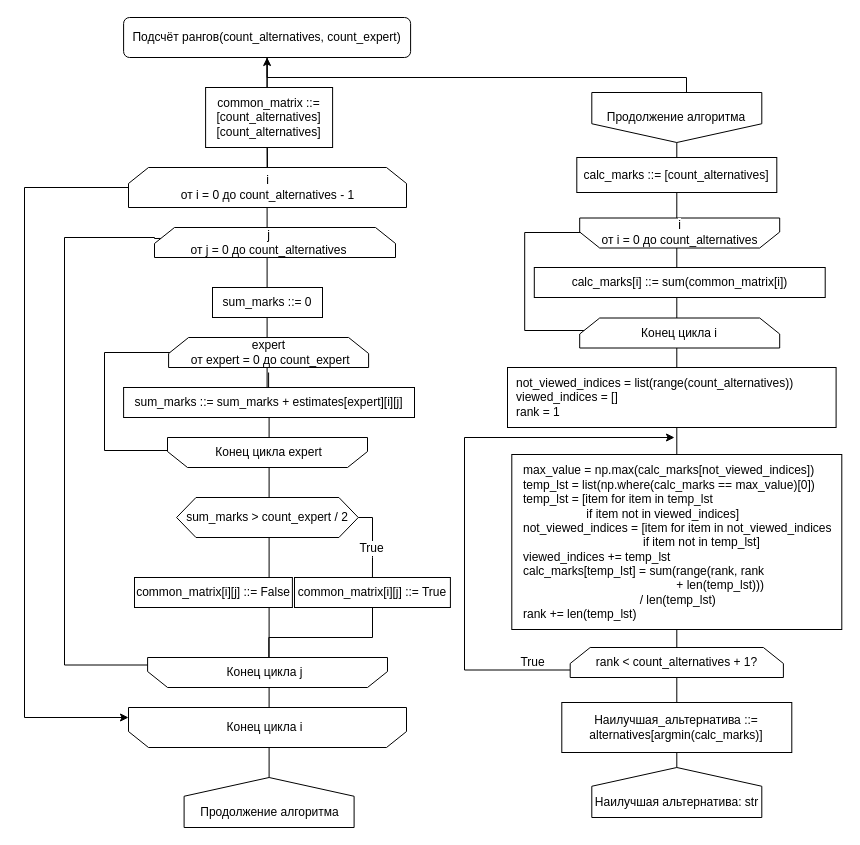
Before: page "Подсчёт рангов" (12 of 12) of 3_курс/5_семестр/ТСиСА/Курсовая/диаграммы.drawio in Luzinsan/tusur, a draw.io diagram. Source tidied: cells renumbered, new cells numbered last; positions are measured from the earlier drawing's top-left corner, leaving out a move shared by most shapes. Both pictures are drawn from the tidied source at 100%, with x=0, y=0 at pixel (24, 17).
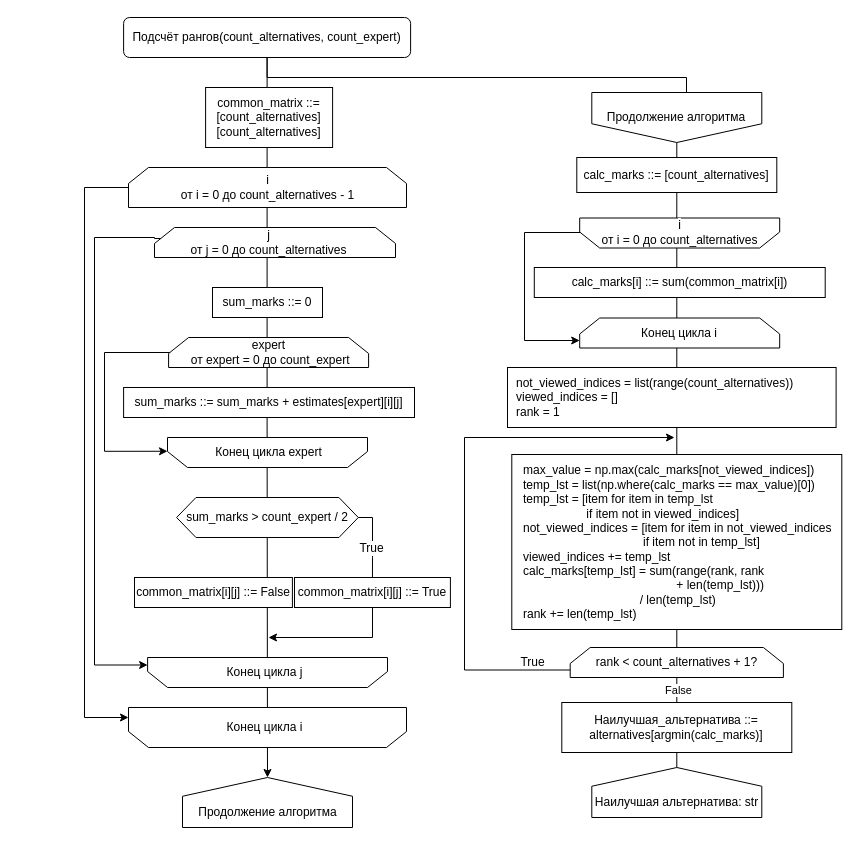
The same page after the edit.

Unchanged cells that the change refers to:
```xml
<mxCell id="6" value="Подсчёт рангов(count_alternatives,&amp;nbsp;&lt;span style=&quot;background-color: rgb(255, 255, 255);&quot;&gt;count_expert&lt;/span&gt;)" style="rounded=1;whiteSpace=wrap;html=1;" parent="1" vertex="1">
  <mxGeometry x="99.1" width="287" height="40" as="geometry" />
</mxCell>
<mxCell id="8" style="shape=loopLimit;whiteSpace=wrap;html=1;labelBackgroundColor=none;fontSize=12;rotation=0;" parent="1" vertex="1">
  <mxGeometry x="104" y="150" width="278" height="40" as="geometry" />
</mxCell>
<mxCell id="10" style="shape=loopLimit;whiteSpace=wrap;html=1;labelBackgroundColor=none;fontSize=12;rotation=0;size=20;" parent="1" vertex="1">
  <mxGeometry x="130" y="210" width="241" height="30" as="geometry" />
</mxCell>
<mxCell id="11" style="shape=loopLimit;whiteSpace=wrap;html=1;labelBackgroundColor=none;fontSize=12;rotation=-180;size=20;" parent="1" vertex="1">
  <mxGeometry x="123.1" y="640" width="239.9" height="30" as="geometry" />
</mxCell>
<mxCell id="17" value="&lt;span style=&quot;background-color: rgb(255, 255, 255);&quot;&gt;expert&lt;br&gt;&amp;nbsp;от expert = 0 до count_expert&lt;/span&gt;" style="text;html=1;align=center;verticalAlign=middle;points=[];strokeColor=none;fillColor=none;fontSize=12;" parent="1" vertex="1">
  <mxGeometry x="149.1" y="315" width="190" height="40" as="geometry" />
</mxCell>
<mxCell id="18" style="shape=loopLimit;whiteSpace=wrap;html=1;labelBackgroundColor=none;fontSize=12;rotation=-180;" parent="1" vertex="1">
  <mxGeometry x="104" y="690" width="278" height="40" as="geometry" />
</mxCell>
<mxCell id="19" value="sum_marks ::=&amp;nbsp;sum_marks + estimates[expert][i][j]" style="whiteSpace=wrap;html=1;labelBackgroundColor=none;fontSize=12;" parent="1" vertex="1">
  <mxGeometry x="99.1" y="370" width="290.9" height="30" as="geometry" />
</mxCell>
<mxCell id="20" value="common_matrix[i][j] ::= True" style="whiteSpace=wrap;html=1;labelBackgroundColor=none;fontSize=12;" parent="1" vertex="1">
  <mxGeometry x="270" y="560" width="155.9" height="30" as="geometry" />
</mxCell>
<mxCell id="26" style="shape=loopLimit;whiteSpace=wrap;html=1;labelBackgroundColor=none;fontSize=12;rotation=-180;size=20;" parent="1" vertex="1">
  <mxGeometry x="143" y="420" width="200" height="30" as="geometry" />
</mxCell>
<mxCell id="29" style="edgeStyle=orthogonalEdgeStyle;rounded=0;jettySize=auto;html=1;entryX=0.5;entryY=1;entryDx=0;entryDy=0;fontSize=12;endArrow=none;endFill=0;" parent="1" edge="1" source="30" target="31">
  <mxGeometry relative="1" as="geometry" />
</mxCell>
<mxCell id="35" value="&lt;span style=&quot;background-color: rgb(255, 255, 255);&quot;&gt;i&lt;br&gt;от i = 0 до count_alternatives&lt;/span&gt;" style="text;html=1;align=center;verticalAlign=middle;points=[];strokeColor=none;fillColor=none;fontSize=12;" parent="1" vertex="1">
  <mxGeometry x="565.2" y="195" width="180" height="40" as="geometry" />
</mxCell>
<mxCell id="37" value="Конец цикла i" style="shape=loopLimit;whiteSpace=wrap;html=1;labelBackgroundColor=none;fontSize=12;rotation=0;size=20;" parent="1" vertex="1">
  <mxGeometry x="555.2" y="300.5" width="200" height="30" as="geometry" />
</mxCell>
<mxCell id="41" value="&lt;span style=&quot;background-color: rgb(255, 255, 255);&quot;&gt;Конец цикла j&lt;/span&gt;" style="text;html=1;align=center;verticalAlign=middle;points=[];strokeColor=none;fillColor=none;fontSize=12;" parent="1" vertex="1">
  <mxGeometry x="190" y="640" width="100" height="30" as="geometry" />
</mxCell>
```

Change to the diagram source:
```diff
@@
-    <mxCell id="2" style="edgeStyle=orthogonalEdgeStyle;rounded=0;jettySize=auto;html=1;entryX=0.543;entryY=0.021;entryDx=0;entryDy=0;fontSize=12;endArrow=none;endFill=0;entryPerimeter=0;strokeWidth=1;" parent="1" edge="1" source="20" target="41">
+    <mxCell id="2" style="edgeStyle=orthogonalEdgeStyle;rounded=0;jettySize=auto;html=1;fontSize=12;endArrow=classic;endFill=1;strokeWidth=1;" parent="1" edge="1" source="20">
       <mxGeometry relative="1" as="geometry">
+        <mxPoint x="244" y="620" as="targetPoint" />
         <Array as="points">
           <mxPoint x="348" y="620" />
           <mxPoint x="244" y="620" />
-          <mxPoint x="244" y="641" />
         </Array>
       </mxGeometry>
     </mxCell>
-    <mxCell id="3" style="edgeStyle=orthogonalEdgeStyle;rounded=0;jettySize=auto;html=1;entryX=0.5;entryY=0;entryDx=0;entryDy=0;fontSize=12;endArrow=none;endFill=0;" parent="1" edge="1" source="6" target="8">
-      <mxGeometry relative="1" as="geometry" />
-    </mxCell>
-    <mxCell id="4" style="edgeStyle=orthogonalEdgeStyle;rounded=0;jettySize=auto;html=1;entryX=0;entryY=0.75;entryDx=0;entryDy=0;fontSize=12;endArrow=classic;endFill=1;" parent="1" edge="1" source="17" target="26">
+    <mxCell id="4" style="edgeStyle=orthogonalEdgeStyle;rounded=0;jettySize=auto;html=1;entryX=1;entryY=0.541;entryDx=0;entryDy=0;fontSize=12;endArrow=classic;endFill=1;entryPerimeter=0;" parent="1" edge="1" source="17" target="26">
       <mxGeometry relative="1" as="geometry">
         <Array as="points">
           <mxPoint x="80" y="335" />
           <mxPoint x="80" y="433" />
           <mxPoint x="143" y="433" />
         </Array>
       </mxGeometry>
     </mxCell>
-    <mxCell id="5" style="edgeStyle=orthogonalEdgeStyle;rounded=0;jettySize=auto;html=1;entryX=0.5;entryY=1;entryDx=0;entryDy=0;startArrow=classic;startFill=1;endArrow=none;endFill=0;" parent="1" edge="1" source="6" target="27">
+    <mxCell id="5" style="edgeStyle=orthogonalEdgeStyle;rounded=0;jettySize=auto;html=1;entryX=0.5;entryY=1;entryDx=0;entryDy=0;" parent="1" edge="1" source="6" target="27">
       <mxGeometry relative="1" as="geometry" />
     </mxCell>
@@
     <mxCell id="7" style="edgeStyle=orthogonalEdgeStyle;rounded=0;jettySize=auto;html=1;entryX=1;entryY=0.75;entryDx=0;entryDy=0;fontSize=12;endArrow=classic;endFill=1;" parent="1" edge="1" source="8" target="18">
       <mxGeometry relative="1" as="geometry">
         <Array as="points">
-          <mxPoint y="170" />
-          <mxPoint y="700" />
+          <mxPoint x="60" y="170" />
+          <mxPoint x="60" y="700" />
         </Array>
       </mxGeometry>
     </mxCell>
@@
-    <mxCell id="9" style="edgeStyle=orthogonalEdgeStyle;rounded=0;jettySize=auto;html=1;entryX=0;entryY=0.75;entryDx=0;entryDy=0;fontSize=12;endArrow=classic;endFill=1;exitX=0.027;exitY=0.365;exitDx=0;exitDy=0;exitPerimeter=0;" parent="1" edge="1" source="10" target="11">
+    <mxCell id="9" style="edgeStyle=orthogonalEdgeStyle;rounded=0;jettySize=auto;html=1;entryX=1;entryY=0.75;entryDx=0;entryDy=0;fontSize=12;endArrow=classic;endFill=1;exitX=0.027;exitY=0.365;exitDx=0;exitDy=0;exitPerimeter=0;" parent="1" edge="1" source="10" target="11">
       <mxGeometry relative="1" as="geometry">
         <Array as="points">
-          <mxPoint x="130" y="220" />
-          <mxPoint x="40" y="220" />
-          <mxPoint x="40" y="647" />
+          <mxPoint x="130" y="221" />
+          <mxPoint x="70" y="220" />
+          <mxPoint x="70" y="648" />
         </Array>
       </mxGeometry>
     </mxCell>
@@
-    <mxCell id="16" style="edgeStyle=orthogonalEdgeStyle;rounded=0;jettySize=auto;html=1;fontSize=12;endArrow=none;endFill=0;" parent="1" edge="1" source="17" target="19">
-      <mxGeometry relative="1" as="geometry" />
-    </mxCell>
@@
     <mxCell id="27" style="shape=offPageConnector;whiteSpace=wrap;html=1;labelBackgroundColor=none;fontSize=12;rotation=-180;" parent="1" vertex="1">
-      <mxGeometry x="159.6" y="760" width="170" height="50" as="geometry" />
+      <mxGeometry x="158" y="760" width="170" height="50" as="geometry" />
     </mxCell>
@@
+    <mxCell id="49" value="False" style="edgeLabel;html=1;align=center;verticalAlign=middle;" parent="29" vertex="1">
+      <mxGeometry x="0.75" y="1" relative="1" as="geometry" />
+    </mxCell>
@@
     <mxCell id="33" style="edgeStyle=orthogonalEdgeStyle;rounded=0;jettySize=auto;html=1;entryX=0;entryY=0.75;entryDx=0;entryDy=0;fontSize=12;endArrow=classic;endFill=1;" parent="1" edge="1" source="35" target="37">
       <mxGeometry relative="1" as="geometry">
         <Array as="points">
-          <mxPoint x="500.2" y="215" />
-          <mxPoint x="500.2" y="313" />
-          <mxPoint x="563.2" y="313" />
+          <mxPoint x="500" y="215" />
+          <mxPoint x="500" y="323" />
         </Array>
       </mxGeometry>
     </mxCell>
@@
     <mxCell id="48" value="Продолжение алгоритма" style="text;html=1;align=center;verticalAlign=middle;strokeColor=none;fillColor=none;fontSize=12;" parent="1" vertex="1">
-      <mxGeometry x="164.6" y="780" width="160" height="30" as="geometry" />
+      <mxGeometry x="163" y="780" width="160" height="30" as="geometry" />
     </mxCell>
```
